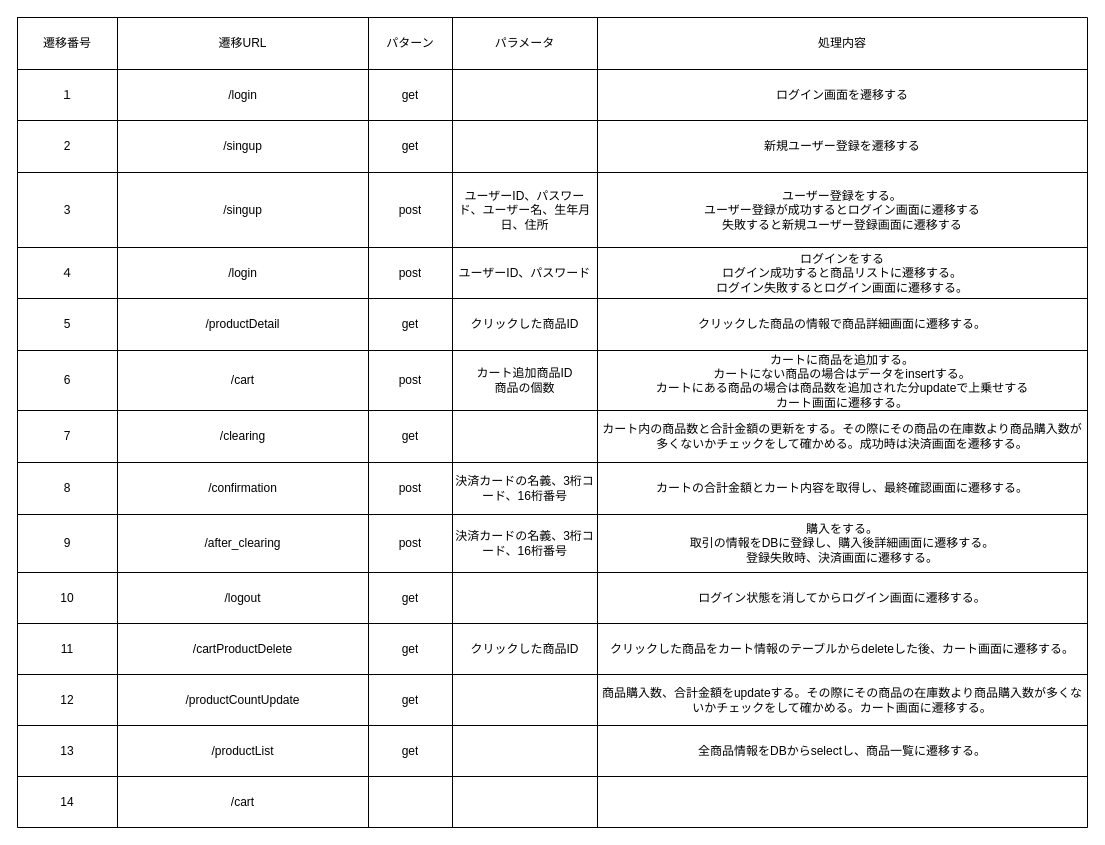
The draw.io diagram page "画面遷移図詳細" (17 of 22) of src/main/resources/templates/shopping/Untitled Diagram.drawio in YumaMaruyama/ITworksTRYshopping, before the edit. Source tidied: cells renumbered, new cells numbered last; positions are measured from the earlier drawing's top-left corner, leaving out a move shared by most shapes. Both pictures are drawn from the tidied source at 100%, with x=0, y=0 at pixel (17, 17).
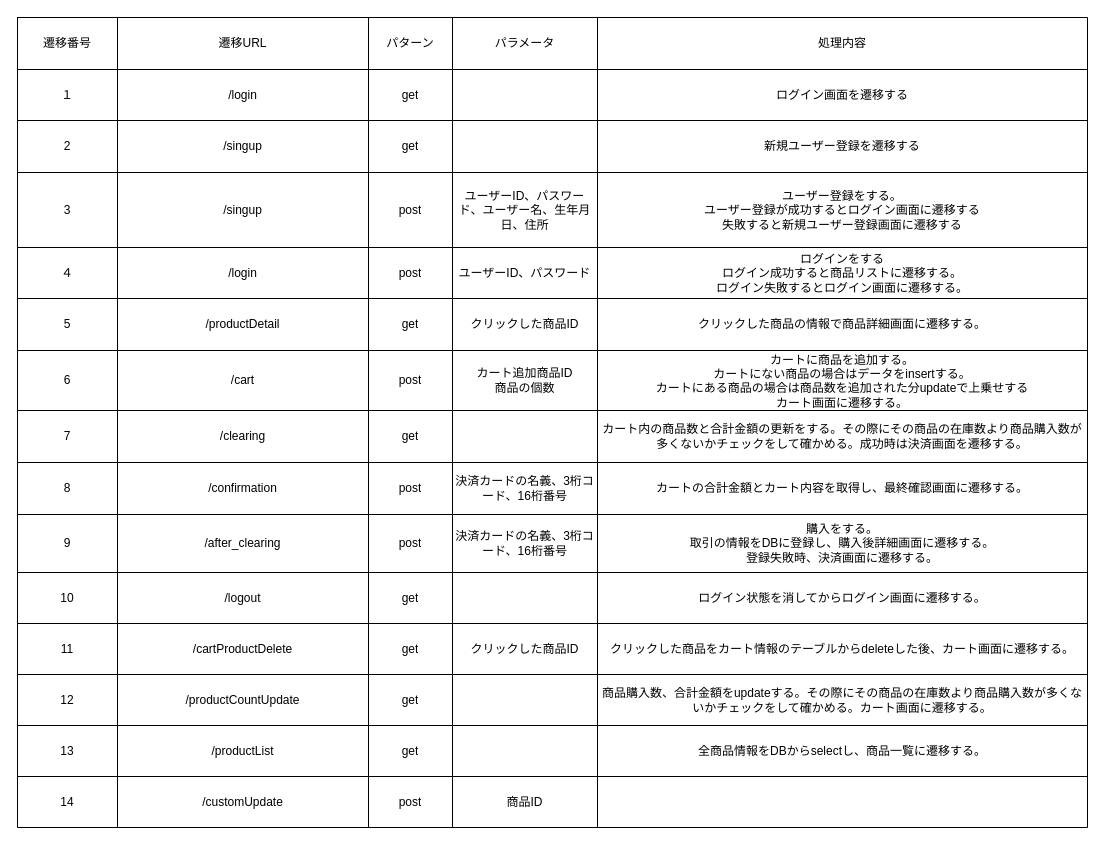
After the change.

The change refers to these unchanged cells:
```xml
<mxCell id="87" style="shape=partialRectangle;fillColor=none;top=0;left=0;bottom=0;right=0;" parent="2" vertex="1">
  <mxGeometry y="759" width="1070" height="51" as="geometry" />
</mxCell>
```

What changed in the source:
```diff
@@
-    <mxCell id="89" value="/cart" style="shape=partialRectangle;html=1;whiteSpace=wrap;overflow=hidden;fillColor=none;top=0;left=0;bottom=0;right=0;" parent="87" vertex="1">
+    <mxCell id="89" value="/customUpdate" style="shape=partialRectangle;html=1;whiteSpace=wrap;overflow=hidden;fillColor=none;top=0;left=0;bottom=0;right=0;" parent="87" vertex="1">
       <mxGeometry x="100" width="251" height="51" as="geometry" />
     </mxCell>
-    <mxCell id="90" style="shape=partialRectangle;html=1;whiteSpace=wrap;overflow=hidden;fillColor=none;top=0;left=0;bottom=0;right=0;" parent="87" vertex="1">
+    <mxCell id="90" value="post" style="shape=partialRectangle;html=1;whiteSpace=wrap;overflow=hidden;fillColor=none;top=0;left=0;bottom=0;right=0;" parent="87" vertex="1">
       <mxGeometry x="351" width="84" height="51" as="geometry" />
     </mxCell>
-    <mxCell id="91" style="shape=partialRectangle;html=1;whiteSpace=wrap;overflow=hidden;fillColor=none;top=0;left=0;bottom=0;right=0;" parent="87" vertex="1">
+    <mxCell id="91" value="商品ID" style="shape=partialRectangle;html=1;whiteSpace=wrap;overflow=hidden;fillColor=none;top=0;left=0;bottom=0;right=0;" parent="87" vertex="1">
       <mxGeometry x="435" width="145" height="51" as="geometry" />
     </mxCell>
```
